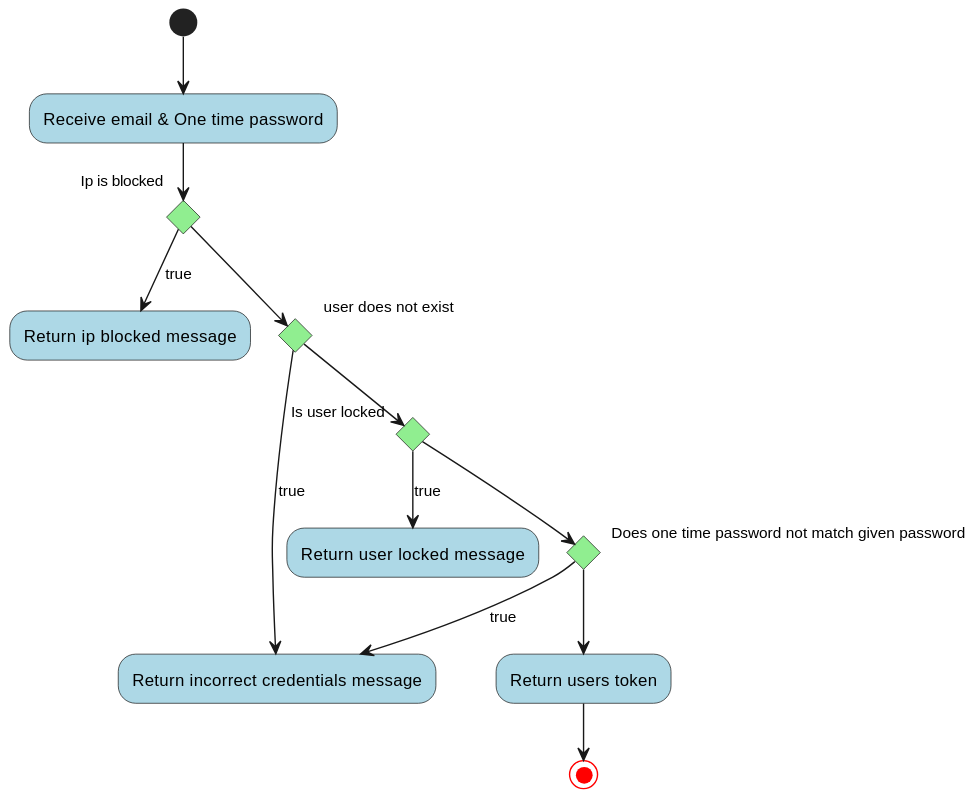
Before: Docs/out/FlowCharts/VerifyNewLoginLocationFlowChart/Verify new login location.svg, a diagram exported from PlantUML (blackout1471/trust-us-school).
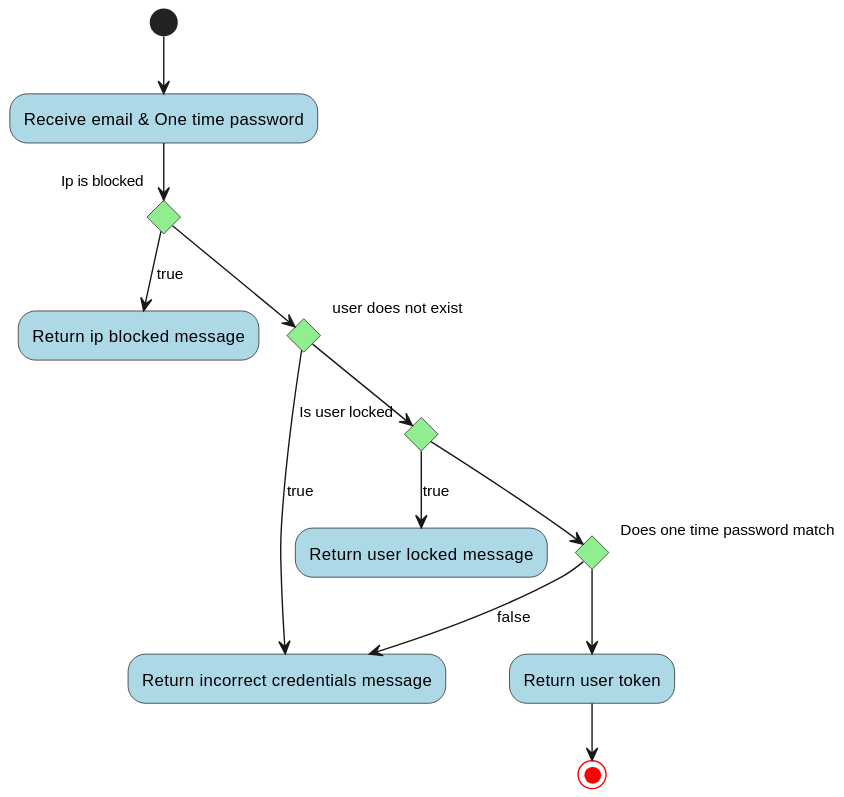
The same diagram one commit later.

Commit message:
corrected login verify diagram

Change to the diagram source:
```diff
@@ -21,10 +21,10 @@
 		if "Is user locked" then
 			-->[true] "Return user locked message"
 		else
-			if "Does one time password not match given password" then
-				-->[true] "Return incorrect credentials message"
+			if "Does one time password match" then
+				-->[false] "Return incorrect credentials message"
 			else
-				-->"Return users token"
+				-->"Return user token"
 			end if
 		end if
 	end if
```
